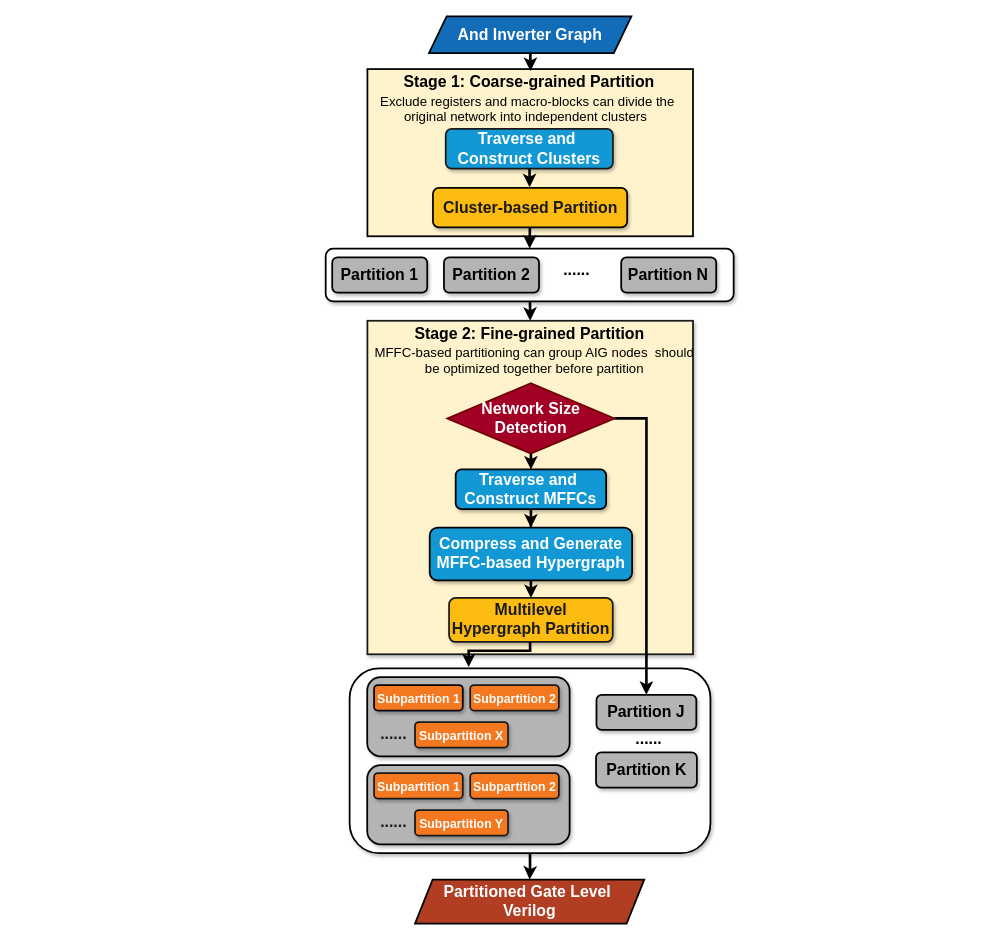
Earlier version of the draw.io diagram PartitionFlow.drawio (kxzhu0505/LogicSynOpt). Source tidied: cells renumbered, new cells numbered last; positions are measured from the earlier drawing's top-left corner, leaving out a move shared by most shapes. Both pictures are drawn from the tidied source at 88%, with x=0, y=0 at pixel (326, 16).
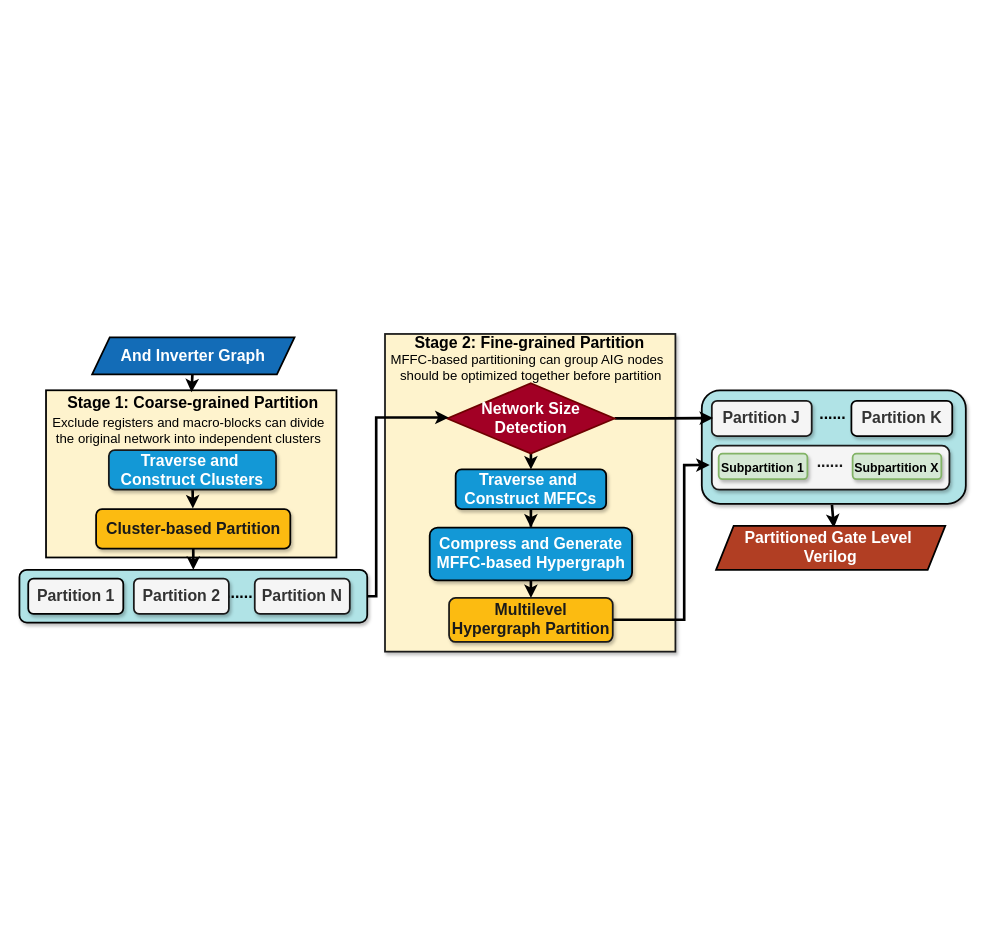
The same page after the edit.

The change refers to these unchanged cells:
```xml
<mxCell id="23" value="&lt;b style=&quot;&quot;&gt;&lt;font color=&quot;#1a1a1a&quot; style=&quot;font-size: 18px;&quot;&gt;Multilevel Hypergraph Partition&lt;/font&gt;&lt;/b&gt;" style="rounded=1;whiteSpace=wrap;html=1;fillColor=#fcbb11;strokeColor=#1A1A1A;strokeWidth=2;shadow=1;fontColor=#ffffff;" parent="1" vertex="1">
  <mxGeometry x="139.8" y="661" width="186" height="50" as="geometry" />
</mxCell>
<mxCell id="35" value="&lt;font style=&quot;font-size: 18px;&quot;&gt;&lt;b&gt;Network Size&lt;/b&gt;&lt;/font&gt;&lt;div style=&quot;font-size: 18px;&quot;&gt;&lt;font style=&quot;font-size: 18px;&quot;&gt;&lt;b&gt;Detection&lt;/b&gt;&lt;/font&gt;&lt;/div&gt;" style="rhombus;whiteSpace=wrap;html=1;fillColor=#a20025;strokeColor=#6F0000;strokeWidth=2;fontColor=#ffffff;" parent="1" vertex="1">
  <mxGeometry x="137.8" y="417" width="190" height="80" as="geometry" />
</mxCell>
```

The edit, as a diff of the source:
```diff
@@
-    <mxCell id="2" style="edgeStyle=orthogonalEdgeStyle;rounded=0;jettySize=auto;html=1;strokeWidth=3;" parent="1" edge="1" source="3">
-      <mxGeometry relative="1" as="geometry">
-        <mxPoint x="231.4" y="981" as="targetPoint" />
-      </mxGeometry>
+    <mxCell id="2" style="rounded=0;jettySize=auto;html=1;strokeWidth=3;entryX=0.514;entryY=0.043;entryDx=0;entryDy=0;entryPerimeter=0;exitX=0.493;exitY=1.009;exitDx=0;exitDy=0;exitPerimeter=0;" parent="1" edge="1" source="3" target="26">
+      <mxGeometry relative="1" as="geometry" />
     </mxCell>
-    <mxCell id="3" style="rounded=1;whiteSpace=wrap;html=1;shadow=1;strokeWidth=2;fontSize=18;arcSize=16;" parent="1" vertex="1">
-      <mxGeometry x="26.8" y="741" width="410" height="210" as="geometry" />
+    <mxCell id="3" style="rounded=1;whiteSpace=wrap;html=1;shadow=1;strokeWidth=2;fontSize=18;arcSize=16;fillColor=#b0e3e6;strokeColor=#050505;" parent="1" vertex="1">
+      <mxGeometry x="427" y="425" width="300" height="129" as="geometry" />
     </mxCell>
@@
-    <mxCell id="5" style="rounded=0;jettySize=auto;html=1;entryX=0.5;entryY=0;entryDx=0;entryDy=0;strokeWidth=3;" parent="1" edge="1" source="6" target="16">
-      <mxGeometry relative="1" as="geometry" />
-    </mxCell>
-    <mxCell id="6" style="rounded=1;whiteSpace=wrap;html=1;shadow=1;strokeWidth=2;fontSize=18;arcSize=14;" parent="1" vertex="1">
-      <mxGeometry x="-0.4" y="264" width="463.6" height="60" as="geometry" />
+    <mxCell id="6" style="rounded=1;whiteSpace=wrap;html=1;shadow=1;strokeWidth=2;fontSize=18;arcSize=14;fillColor=#b0e3e6;strokeColor=#000000;" parent="1" vertex="1">
+      <mxGeometry x="-348.4" y="629" width="395.2" height="60" as="geometry" />
     </mxCell>
-    <mxCell id="7" value="&lt;font face=&quot;Helvetica&quot; style=&quot;font-size: 18px;&quot;&gt;Partition 1&lt;/font&gt;" style="rounded=1;whiteSpace=wrap;html=1;fontStyle=1;fontSize=18;strokeWidth=2;shadow=1;fillColor=#B4B4B4;" parent="1" vertex="1">
-      <mxGeometry x="7" y="274" width="108" height="40" as="geometry" />
+    <mxCell id="7" value="&lt;font face=&quot;Helvetica&quot; style=&quot;font-size: 18px;&quot;&gt;Partition 1&lt;/font&gt;" style="rounded=1;whiteSpace=wrap;html=1;fontStyle=1;fontSize=18;strokeWidth=2;shadow=1;fillColor=#f5f5f5;fontColor=#333333;strokeColor=#000000;" parent="1" vertex="1">
+      <mxGeometry x="-338.4" y="639" width="108" height="40" as="geometry" />
     </mxCell>
     <mxCell id="8" value="&lt;font face=&quot;Helvetica&quot; style=&quot;font-size: 18px;&quot;&gt;......&lt;/font&gt;" style="text;html=1;strokeColor=none;fillColor=none;align=center;verticalAlign=middle;whiteSpace=wrap;rounded=0;fontStyle=1;fontSize=18;strokeWidth=3;" parent="1" vertex="1">
-      <mxGeometry x="255" y="274" width="60" height="30" as="geometry" />
+      <mxGeometry x="-128.4" y="641" width="60" height="30" as="geometry" />
     </mxCell>
-    <mxCell id="9" value="&lt;font face=&quot;Helvetica&quot; style=&quot;font-size: 18px;&quot;&gt;Partition N&lt;/font&gt;" style="rounded=1;whiteSpace=wrap;html=1;fontStyle=1;fontSize=18;strokeWidth=2;shadow=1;fillColor=#B4B4B4;" parent="1" vertex="1">
-      <mxGeometry x="335.4" y="274" width="108" height="40" as="geometry" />
+    <mxCell id="9" value="&lt;font face=&quot;Helvetica&quot; style=&quot;font-size: 18px;&quot;&gt;Partition N&lt;/font&gt;" style="rounded=1;whiteSpace=wrap;html=1;fontStyle=1;fontSize=18;strokeWidth=2;shadow=1;fillColor=#f5f5f5;strokeColor=#1A1A1A;fontColor=#333333;" parent="1" vertex="1">
+      <mxGeometry x="-81" y="639" width="108" height="40" as="geometry" />
     </mxCell>
-    <mxCell id="10" value="&lt;font face=&quot;Helvetica&quot; style=&quot;font-size: 18px;&quot;&gt;Partition 2&lt;/font&gt;" style="rounded=1;whiteSpace=wrap;html=1;fontStyle=1;fontSize=18;strokeWidth=2;shadow=1;fillColor=#B4B4B4;" parent="1" vertex="1">
-      <mxGeometry x="134" y="274" width="108" height="40" as="geometry" />
+    <mxCell id="10" value="&lt;font face=&quot;Helvetica&quot; style=&quot;font-size: 18px;&quot;&gt;Partition 2&lt;/font&gt;" style="rounded=1;whiteSpace=wrap;html=1;fontStyle=1;fontSize=18;strokeWidth=2;shadow=1;fillColor=#f5f5f5;fontColor=#333333;strokeColor=#1A1A1A;" parent="1" vertex="1">
+      <mxGeometry x="-218.4" y="639" width="108" height="40" as="geometry" />
     </mxCell>
-    <mxCell id="11" style="rounded=1;whiteSpace=wrap;html=1;shadow=1;strokeWidth=2;fontSize=18;arcSize=17;fillColor=#B4B4B4;" parent="1" vertex="1">
-      <mxGeometry x="46.8" y="751" width="230" height="90" as="geometry" />
+    <mxCell id="11" style="rounded=1;whiteSpace=wrap;html=1;shadow=1;strokeWidth=2;fontSize=18;arcSize=17;fillColor=#f5f5f5;fontColor=#333333;strokeColor=#1A1A1A;" parent="1" vertex="1">
+      <mxGeometry x="438.4" y="488" width="270" height="50" as="geometry" />
     </mxCell>
-    <mxCell id="12" value="&lt;font face=&quot;Helvetica&quot; style=&quot;font-size: 14px;&quot;&gt;Subpartition 1&lt;/font&gt;" style="rounded=1;whiteSpace=wrap;html=1;fontStyle=1;fontSize=18;strokeWidth=2;shadow=1;fillColor=#F47820;strokeColor=#050505;fontColor=#ffffff;" parent="1" vertex="1">
-      <mxGeometry x="54.6" y="760" width="100.8" height="29" as="geometry" />
+    <mxCell id="12" value="&lt;font face=&quot;Helvetica&quot; style=&quot;font-size: 14px;&quot;&gt;Subpartition 1&lt;/font&gt;" style="rounded=1;whiteSpace=wrap;html=1;fontStyle=1;fontSize=18;strokeWidth=2;shadow=1;fillColor=#d5e8d4;strokeColor=#82b366;" parent="1" vertex="1">
+      <mxGeometry x="446.2" y="497" width="100.8" height="29" as="geometry" />
     </mxCell>
-    <mxCell id="13" value="&lt;font face=&quot;Helvetica&quot; style=&quot;font-size: 18px;&quot;&gt;Partition J&lt;/font&gt;" style="rounded=1;whiteSpace=wrap;html=1;fontStyle=1;fontSize=18;strokeWidth=2;shadow=1;fillColor=#B4B4B4;" parent="1" vertex="1">
-      <mxGeometry x="307.3" y="771" width="113.5" height="40" as="geometry" />
+    <mxCell id="13" value="&lt;font face=&quot;Helvetica&quot; style=&quot;font-size: 18px;&quot;&gt;Partition J&lt;/font&gt;" style="rounded=1;whiteSpace=wrap;html=1;fontStyle=1;fontSize=18;strokeWidth=2;shadow=1;fillColor=#f5f5f5;fontColor=#333333;strokeColor=#1A1A1A;" parent="1" vertex="1">
+      <mxGeometry x="438.4" y="437" width="113.5" height="40" as="geometry" />
     </mxCell>
-    <mxCell id="14" value="&lt;font face=&quot;Helvetica&quot; style=&quot;font-size: 18px;&quot;&gt;Partition K&lt;/font&gt;" style="rounded=1;whiteSpace=wrap;html=1;fontStyle=1;fontSize=18;strokeWidth=2;shadow=1;fillColor=#B4B4B4;" parent="1" vertex="1">
-      <mxGeometry x="306.8" y="836.5" width="114.6" height="40" as="geometry" />
+    <mxCell id="14" value="&lt;font face=&quot;Helvetica&quot; style=&quot;font-size: 18px;&quot;&gt;Partition K&lt;/font&gt;" style="rounded=1;whiteSpace=wrap;html=1;fontStyle=1;fontSize=18;strokeWidth=2;shadow=1;fillColor=#f5f5f5;fontColor=#333333;strokeColor=#000000;" parent="1" vertex="1">
+      <mxGeometry x="597" y="437" width="114.6" height="40" as="geometry" />
     </mxCell>
-    <mxCell id="15" value="&lt;font color=&quot;#1a1a1a&quot; face=&quot;Helvetica&quot; style=&quot;font-size: 18px;&quot;&gt;......&lt;/font&gt;" style="text;html=1;strokeColor=none;fillColor=none;align=center;verticalAlign=middle;whiteSpace=wrap;rounded=0;fontStyle=1;fontSize=18;strokeWidth=3;" parent="1" vertex="1">
-      <mxGeometry x="46.8" y="801" width="60" height="30" as="geometry" />
-    </mxCell>
     <mxCell id="16" style="rounded=0;whiteSpace=wrap;html=1;strokeWidth=2;shadow=1;fillColor=#fef3cd;strokeColor=#1A1A1A;" parent="1" vertex="1">
-      <mxGeometry x="47" y="346" width="370" height="379" as="geometry" />
+      <mxGeometry x="67" y="361" width="330" height="361" as="geometry" />
     </mxCell>
     <mxCell id="17" value="&lt;b style=&quot;font-size: 18px;&quot;&gt;Stage 2:&amp;nbsp;&lt;/b&gt;&lt;span style=&quot;font-size: 18px;&quot;&gt;&lt;b&gt;Fine-grained Partition&lt;/b&gt;&lt;/span&gt;" style="text;html=1;align=center;verticalAlign=middle;whiteSpace=wrap;rounded=0;" parent="1" vertex="1">
-      <mxGeometry x="94.3" y="346" width="275" height="30" as="geometry" />
+      <mxGeometry x="94.3" y="357" width="275" height="30" as="geometry" />
     </mxCell>
@@
-    <mxCell id="22" style="edgeStyle=orthogonalEdgeStyle;rounded=0;jettySize=auto;html=1;strokeWidth=3;entryX=0.33;entryY=-0.007;entryDx=0;entryDy=0;entryPerimeter=0;" parent="1" edge="1" target="3">
+    <mxCell id="22" style="edgeStyle=orthogonalEdgeStyle;rounded=0;jettySize=auto;html=1;strokeWidth=3;entryX=-0.009;entryY=0.439;entryDx=0;entryDy=0;entryPerimeter=0;exitX=1.001;exitY=0.494;exitDx=0;exitDy=0;exitPerimeter=0;" parent="1" edge="1" source="23" target="11">
       <mxGeometry relative="1" as="geometry">
-        <mxPoint x="231.9" y="710" as="sourcePoint" />
         <Array as="points">
-          <mxPoint x="232" y="721" />
-          <mxPoint x="162" y="721" />
+          <mxPoint x="407" y="686" />
+          <mxPoint x="407" y="510" />
         </Array>
       </mxGeometry>
     </mxCell>
@@
     <mxCell id="24" style="rounded=0;whiteSpace=wrap;html=1;strokeWidth=2;fillColor=#FEF3CD;strokeColor=#000000;" parent="1" vertex="1">
-      <mxGeometry x="47" y="60" width="370" height="190" as="geometry" />
+      <mxGeometry x="-318.2" y="425" width="330" height="190" as="geometry" />
     </mxCell>
     <mxCell id="25" value="&lt;span style=&quot;font-size: 18px; font-weight: 700;&quot;&gt;&lt;font color=&quot;#ffffff&quot;&gt;And Inverter Graph&lt;/font&gt;&lt;/span&gt;" style="shape=parallelogram;perimeter=parallelogramPerimeter;whiteSpace=wrap;html=1;fixedSize=1;fillColor=#136cb7;strokeColor=#000000;strokeWidth=2;" parent="1" vertex="1">
-      <mxGeometry x="117" width="230" height="42" as="geometry" />
+      <mxGeometry x="-265.8" y="365" width="230" height="42" as="geometry" />
     </mxCell>
     <mxCell id="26" value="&lt;span style=&quot;font-size: 18px; font-weight: 700;&quot;&gt;Partitioned Gate Level&amp;nbsp;&lt;/span&gt;&lt;div&gt;&lt;span style=&quot;font-size: 18px; font-weight: 700;&quot;&gt;Verilog&lt;/span&gt;&lt;/div&gt;" style="shape=parallelogram;perimeter=parallelogramPerimeter;whiteSpace=wrap;html=1;fixedSize=1;fillColor=#b13e23;strokeColor=#000000;strokeWidth=2;fontColor=#ffffff;" parent="1" vertex="1">
-      <mxGeometry x="101.1" y="981" width="260.5" height="50" as="geometry" />
+      <mxGeometry x="443.2" y="579" width="260.5" height="50" as="geometry" />
     </mxCell>
     <mxCell id="27" value="&lt;br&gt;&lt;b style=&quot;forced-color-adjust: none; color: rgb(0, 0, 0); font-family: Helvetica; font-style: normal; font-variant-ligatures: normal; font-variant-caps: normal; letter-spacing: normal; orphans: 2; text-align: center; text-indent: 0px; text-transform: none; widows: 2; word-spacing: 0px; -webkit-text-stroke-width: 0px; white-space: normal; text-decoration-thickness: initial; text-decoration-style: initial; text-decoration-color: initial; font-size: 18px;&quot;&gt;Stage 1: Coarse-grained Partition&lt;/b&gt;&lt;div&gt;&lt;br/&gt;&lt;/div&gt;" style="text;html=1;align=center;verticalAlign=middle;whiteSpace=wrap;rounded=0;fillColor=none;" parent="1" vertex="1">
-      <mxGeometry x="66.4" y="60" width="330" height="30" as="geometry" />
+      <mxGeometry x="-316.4" y="425" width="330" height="30" as="geometry" />
     </mxCell>
@@
     <mxCell id="29" value="&lt;b style=&quot;&quot;&gt;&lt;font style=&quot;font-size: 18px;&quot;&gt;Traverse and&amp;nbsp; Construct Clusters&lt;/font&gt;&lt;/b&gt;" style="rounded=1;whiteSpace=wrap;html=1;fillColor=#1398d6;strokeColor=#1A1A1A;strokeWidth=2;shadow=1;fontColor=#ffffff;" parent="1" vertex="1">
-      <mxGeometry x="136" y="128" width="190" height="45" as="geometry" />
+      <mxGeometry x="-246.8" y="493" width="190" height="45" as="geometry" />
     </mxCell>
@@
     <mxCell id="31" value="&lt;font color=&quot;#1a1a1a&quot;&gt;&lt;b&gt;&lt;font style=&quot;font-size: 18px;&quot;&gt;Cluster-based&amp;nbsp;&lt;/font&gt;&lt;/b&gt;&lt;b style=&quot;&quot;&gt;&lt;font style=&quot;font-size: 18px;&quot;&gt;Partition&lt;/font&gt;&lt;/b&gt;&lt;/font&gt;" style="rounded=1;whiteSpace=wrap;html=1;fillColor=#fcbb11;strokeColor=#030303;strokeWidth=2;shadow=1;fontColor=#ffffff;" parent="1" vertex="1">
-      <mxGeometry x="121.5" y="195" width="220.7" height="45" as="geometry" />
+      <mxGeometry x="-261.3" y="560" width="220.7" height="45" as="geometry" />
     </mxCell>
@@
-    <mxCell id="34" style="edgeStyle=orthogonalEdgeStyle;rounded=0;jettySize=auto;html=1;strokeWidth=3;entryX=0.5;entryY=0;entryDx=0;entryDy=0;" parent="1" edge="1" source="35" target="13">
-      <mxGeometry relative="1" as="geometry">
-        <Array as="points">
-          <mxPoint x="364" y="457" />
-        </Array>
-      </mxGeometry>
+    <mxCell id="34" style="edgeStyle=orthogonalEdgeStyle;rounded=0;jettySize=auto;html=1;strokeWidth=3;entryX=0.012;entryY=0.487;entryDx=0;entryDy=0;entryPerimeter=0;" parent="1" edge="1" source="35" target="13">
+      <mxGeometry relative="1" as="geometry" />
     </mxCell>
@@
-    <mxCell id="36" value="&lt;font face=&quot;Helvetica&quot; style=&quot;font-size: 14px;&quot;&gt;Subpartition 2&lt;/font&gt;" style="rounded=1;whiteSpace=wrap;html=1;fillColor=#F47820;strokeColor=#1A1A1A;fontStyle=1;fontSize=18;strokeWidth=2;shadow=1;fontColor=#ffffff;" parent="1" vertex="1">
-      <mxGeometry x="163.8" y="760" width="100.8" height="29" as="geometry" />
+    <mxCell id="36" value="&lt;span style=&quot;font-size: 14px;&quot;&gt;Subpartition X&lt;/span&gt;" style="rounded=1;whiteSpace=wrap;html=1;fillColor=#d5e8d4;strokeColor=#82b366;fontStyle=1;fontSize=18;strokeWidth=2;shadow=1;" parent="1" vertex="1">
+      <mxGeometry x="598.4" y="497" width="100.8" height="29" as="geometry" />
     </mxCell>
-    <mxCell id="37" value="&lt;font face=&quot;Helvetica&quot; style=&quot;font-size: 14px;&quot;&gt;Subpartition X&lt;/font&gt;" style="rounded=1;whiteSpace=wrap;html=1;fillColor=#F47820;strokeColor=#1A1A1A;fontStyle=1;fontSize=18;strokeWidth=2;shadow=1;fontColor=#ffffff;" parent="1" vertex="1">
-      <mxGeometry x="101.1" y="802" width="105.7" height="29" as="geometry" />
-    </mxCell>
-    <mxCell id="38" style="rounded=1;whiteSpace=wrap;html=1;shadow=1;strokeWidth=2;fontSize=18;arcSize=17;fillColor=#B4B4B4;" parent="1" vertex="1">
-      <mxGeometry x="46.8" y="851" width="230" height="90" as="geometry" />
-    </mxCell>
-    <mxCell id="39" value="&lt;font face=&quot;Helvetica&quot; style=&quot;font-size: 14px;&quot;&gt;Subpartition 1&lt;/font&gt;" style="rounded=1;whiteSpace=wrap;html=1;fillColor=#F47820;strokeColor=#1A1A1A;fontStyle=1;fontSize=18;strokeWidth=2;shadow=1;fontColor=#ffffff;" parent="1" vertex="1">
-      <mxGeometry x="54.6" y="860" width="100.8" height="29" as="geometry" />
-    </mxCell>
-    <mxCell id="40" value="&lt;font color=&quot;#1a1a1a&quot; face=&quot;Helvetica&quot; style=&quot;font-size: 18px;&quot;&gt;......&lt;/font&gt;" style="text;html=1;strokeColor=none;fillColor=none;align=center;verticalAlign=middle;whiteSpace=wrap;rounded=0;fontStyle=1;fontSize=18;strokeWidth=3;" parent="1" vertex="1">
-      <mxGeometry x="46.8" y="901" width="60" height="30" as="geometry" />
-    </mxCell>
-    <mxCell id="41" value="&lt;font face=&quot;Helvetica&quot; style=&quot;font-size: 14px;&quot;&gt;Subpartition 2&lt;/font&gt;" style="rounded=1;whiteSpace=wrap;html=1;fillColor=#F47820;strokeColor=#1A1A1A;fontStyle=1;fontSize=18;strokeWidth=2;shadow=1;fontColor=#ffffff;" parent="1" vertex="1">
-      <mxGeometry x="163.8" y="860" width="100.8" height="29" as="geometry" />
-    </mxCell>
-    <mxCell id="42" value="&lt;font face=&quot;Helvetica&quot; style=&quot;font-size: 14px;&quot;&gt;Subpartition Y&lt;/font&gt;" style="rounded=1;whiteSpace=wrap;html=1;fillColor=#F47820;strokeColor=#1A1A1A;fontStyle=1;fontSize=18;strokeWidth=2;shadow=1;fontColor=#ffffff;" parent="1" vertex="1">
-      <mxGeometry x="101.1" y="902" width="105.7" height="29" as="geometry" />
-    </mxCell>
     <mxCell id="43" value="&lt;font face=&quot;Helvetica&quot; style=&quot;font-size: 18px;&quot;&gt;......&lt;/font&gt;" style="text;html=1;strokeColor=none;fillColor=none;align=center;verticalAlign=middle;whiteSpace=wrap;rounded=0;fontStyle=1;fontSize=18;strokeWidth=3;" parent="1" vertex="1">
-      <mxGeometry x="337.2" y="805.5" width="60" height="30" as="geometry" />
+      <mxGeometry x="545.6" y="437" width="60" height="30" as="geometry" />
     </mxCell>
-    <mxCell id="44" value="&lt;font style=&quot;font-size: 15px;&quot;&gt;&amp;nbsp;Exclude registers and macro-blocks can divide the original network into independent clusters&lt;/font&gt;" style="text;html=1;align=center;verticalAlign=middle;whiteSpace=wrap;rounded=0;" parent="1" vertex="1">
-      <mxGeometry x="37" y="90" width="380" height="30" as="geometry" />
+    <mxCell id="44" value="&lt;font style=&quot;font-size: 15px;&quot;&gt;&amp;nbsp;Exclude registers and macro-blocks can divide&amp;nbsp;&lt;/font&gt;&lt;div&gt;&lt;font style=&quot;font-size: 15px;&quot;&gt;the original network into independent clusters&lt;/font&gt;&lt;/div&gt;" style="text;html=1;align=center;verticalAlign=middle;whiteSpace=wrap;rounded=0;" parent="1" vertex="1">
+      <mxGeometry x="-345.8" y="455" width="380" height="30" as="geometry" />
     </mxCell>
-    <mxCell id="45" value="&lt;font style=&quot;font-size: 15px;&quot;&gt;MFFC-based partitioning can group AIG nodes&amp;nbsp; should be optimized together before partition&lt;/font&gt;" style="text;html=1;align=center;verticalAlign=middle;whiteSpace=wrap;rounded=0;" parent="1" vertex="1">
-      <mxGeometry x="46.8" y="376" width="380" height="30" as="geometry" />
+    <mxCell id="45" value="&lt;font style=&quot;font-size: 15px;&quot;&gt;MFFC-based partitioning can group AIG nodes&amp;nbsp;&amp;nbsp;&lt;/font&gt;&lt;div&gt;&lt;font style=&quot;font-size: 15px;&quot;&gt;should be optimized together before partition&lt;/font&gt;&lt;/div&gt;" style="text;html=1;align=center;verticalAlign=middle;whiteSpace=wrap;rounded=0;" parent="1" vertex="1">
+      <mxGeometry x="42.8" y="384" width="380" height="30" as="geometry" />
     </mxCell>
+    <mxCell id="46" style="edgeStyle=orthogonalEdgeStyle;rounded=0;jettySize=auto;html=1;entryX=0.008;entryY=0.486;entryDx=0;entryDy=0;entryPerimeter=0;strokeWidth=3;" parent="1" edge="1" source="6" target="35">
+      <mxGeometry relative="1" as="geometry">
+        <Array as="points">
+          <mxPoint x="57" y="659" />
+          <mxPoint x="57" y="456" />
+        </Array>
+      </mxGeometry>
+    </mxCell>
+    <mxCell id="47" value="&lt;font color=&quot;#1a1a1a&quot; face=&quot;Helvetica&quot; style=&quot;font-size: 18px;&quot;&gt;......&lt;/font&gt;" style="text;html=1;strokeColor=none;fillColor=none;align=center;verticalAlign=middle;whiteSpace=wrap;rounded=0;fontStyle=1;fontSize=18;strokeWidth=3;" parent="1" vertex="1">
+      <mxGeometry x="543.4" y="492" width="60" height="30" as="geometry" />
+    </mxCell>
```
